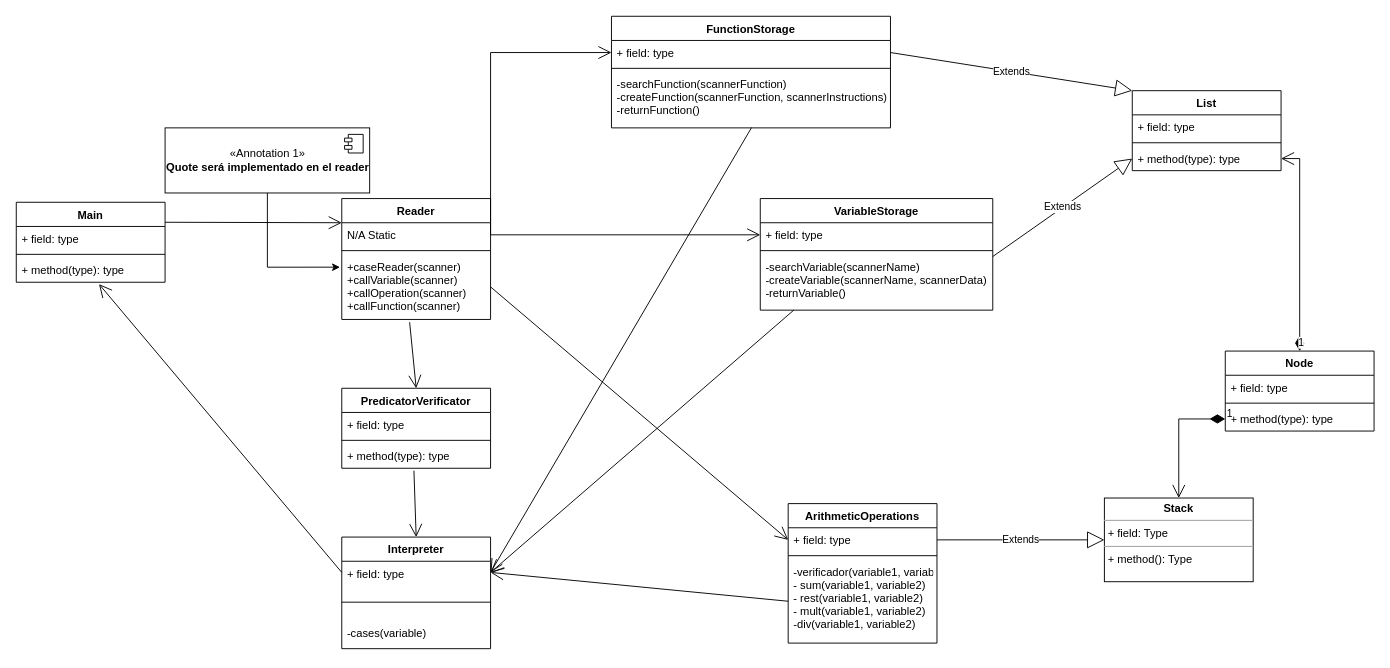
Earlier version of the draw.io diagram Untitled Diagram.drawio (DiggsPapu/Proyect1_Lisp_Interpreter). Source tidied: cells renumbered, new cells numbered last; positions are measured from the earlier drawing's top-left corner, leaving out a move shared by most shapes. Both pictures are drawn from the tidied source at 93%, with x=0, y=0 at pixel (16, 16).
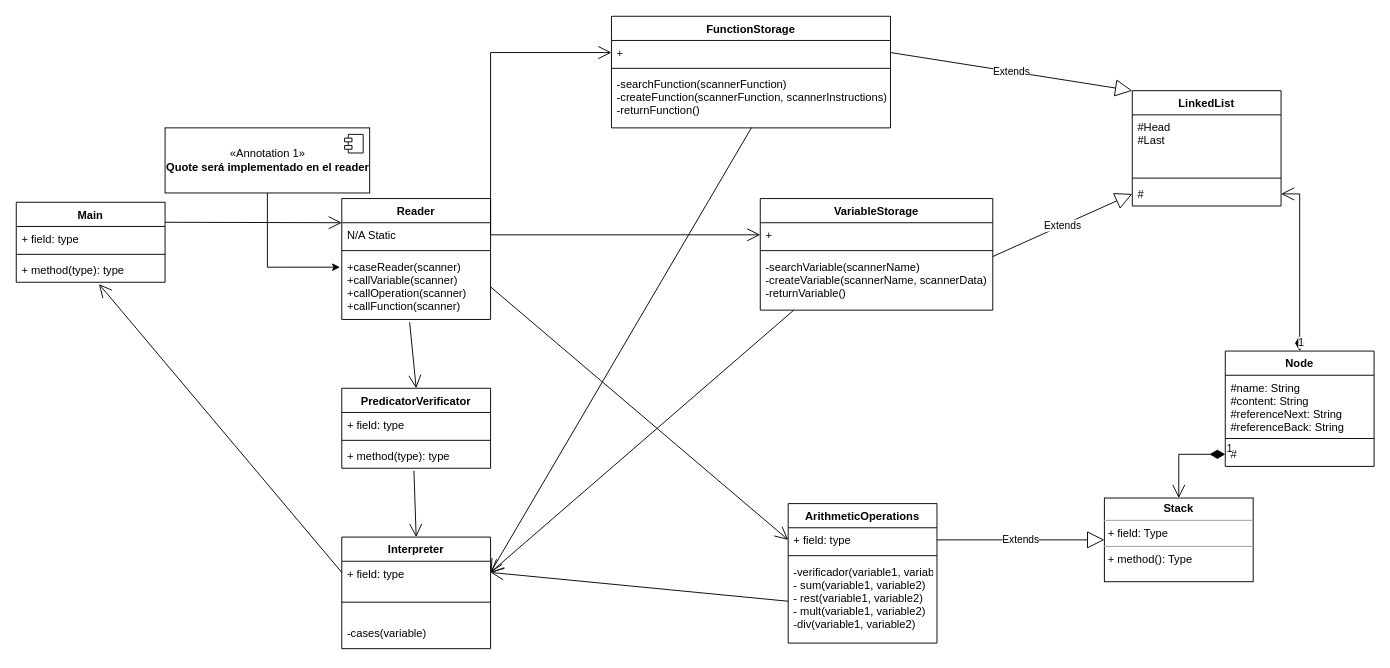
The same diagram, later.

The change refers to these unchanged cells:
```xml
<mxCell id="11" value="VariableStorage" style="swimlane;fontStyle=1;align=center;verticalAlign=top;horizontal=1;startSize=26;" parent="1" vertex="1">
  <mxGeometry x="800" y="196" width="250" height="120" as="geometry" />
</mxCell>
<mxCell id="53" value="FunctionStorage" style="swimlane;fontStyle=1;align=center;verticalAlign=top;horizontal=1;startSize=26;" parent="1" vertex="1">
  <mxGeometry x="640" width="300" height="120" as="geometry" />
</mxCell>
```

What changed in the source:
```diff
@@
-    <mxCell id="12" value="+ field: type" style="text;strokeColor=none;fillColor=none;align=left;verticalAlign=top;spacingLeft=4;spacingRight=4;overflow=hidden;points=[[0,0.5],[1,0.5]];portConstraint=eastwest;" parent="11" vertex="1">
+    <mxCell id="12" value="+" style="text;strokeColor=none;fillColor=none;align=left;verticalAlign=top;spacingLeft=4;spacingRight=4;overflow=hidden;points=[[0,0.5],[1,0.5]];portConstraint=eastwest;" parent="11" vertex="1">
       <mxGeometry y="26" width="250" height="26" as="geometry" />
     </mxCell>
@@
-    <mxCell id="27" value="List" style="swimlane;fontStyle=1;align=center;verticalAlign=top;horizontal=1;startSize=26;" parent="1" vertex="1">
-      <mxGeometry x="1200" y="80" width="160" height="86" as="geometry" />
+    <mxCell id="27" value="LinkedList" style="swimlane;fontStyle=1;align=center;verticalAlign=top;horizontal=1;startSize=26;" parent="1" vertex="1">
+      <mxGeometry x="1200" y="80" width="160" height="124" as="geometry" />
     </mxCell>
-    <mxCell id="28" value="+ field: type" style="text;strokeColor=none;fillColor=none;align=left;verticalAlign=top;spacingLeft=4;spacingRight=4;overflow=hidden;" parent="27" vertex="1">
-      <mxGeometry y="26" width="160" height="26" as="geometry" />
+    <mxCell id="28" value="#Head&#10;#Last&#10;" style="text;strokeColor=none;fillColor=none;align=left;verticalAlign=top;spacingLeft=4;spacingRight=4;overflow=hidden;" parent="27" vertex="1">
+      <mxGeometry y="26" width="160" height="64" as="geometry" />
     </mxCell>
     <mxCell id="29" style="line;strokeWidth=1;fillColor=none;align=left;verticalAlign=middle;spacingTop=-1;spacingLeft=3;spacingRight=3;labelPosition=right;" parent="27" vertex="1">
-      <mxGeometry y="52" width="160" height="8" as="geometry" />
+      <mxGeometry y="90" width="160" height="8" as="geometry" />
     </mxCell>
-    <mxCell id="30" value="+ method(type): type" style="text;strokeColor=none;fillColor=none;align=left;verticalAlign=top;spacingLeft=4;spacingRight=4;overflow=hidden;points=[[0,0.5],[1,0.5]];portConstraint=eastwest;" parent="27" vertex="1">
-      <mxGeometry y="60" width="160" height="26" as="geometry" />
+    <mxCell id="30" value="#" style="text;strokeColor=none;fillColor=none;align=left;verticalAlign=top;spacingLeft=4;spacingRight=4;overflow=hidden;points=[[0,0.5],[1,0.5]];portConstraint=eastwest;" parent="27" vertex="1">
+      <mxGeometry y="98" width="160" height="26" as="geometry" />
     </mxCell>
@@
     <mxCell id="36" value="Node" style="swimlane;fontStyle=1;align=center;verticalAlign=top;horizontal=1;startSize=26;" parent="1" vertex="1">
-      <mxGeometry x="1300" y="360" width="160" height="86" as="geometry" />
+      <mxGeometry x="1300" y="360" width="160" height="124" as="geometry" />
     </mxCell>
-    <mxCell id="37" value="+ field: type" style="text;strokeColor=none;fillColor=none;align=left;verticalAlign=top;spacingLeft=4;spacingRight=4;overflow=hidden;" parent="36" vertex="1">
-      <mxGeometry y="26" width="160" height="26" as="geometry" />
+    <mxCell id="37" value="#name: String&#10;#content: String&#10;#referenceNext: String&#10;#referenceBack: String" style="text;strokeColor=none;fillColor=none;align=left;verticalAlign=top;spacingLeft=4;spacingRight=4;overflow=hidden;" parent="36" vertex="1">
+      <mxGeometry y="26" width="160" height="64" as="geometry" />
     </mxCell>
     <mxCell id="38" style="line;strokeWidth=1;fillColor=none;align=left;verticalAlign=middle;spacingTop=-1;spacingLeft=3;spacingRight=3;labelPosition=right;" parent="36" vertex="1">
-      <mxGeometry y="52" width="160" height="8" as="geometry" />
+      <mxGeometry y="90" width="160" height="8" as="geometry" />
     </mxCell>
-    <mxCell id="39" value="+ method(type): type" style="text;strokeColor=none;fillColor=none;align=left;verticalAlign=top;spacingLeft=4;spacingRight=4;overflow=hidden;points=[[0,0.5],[1,0.5]];portConstraint=eastwest;" parent="36" vertex="1">
-      <mxGeometry y="60" width="160" height="26" as="geometry" />
+    <mxCell id="39" value="#" style="text;strokeColor=none;fillColor=none;align=left;verticalAlign=top;spacingLeft=4;spacingRight=4;overflow=hidden;points=[[0,0.5],[1,0.5]];portConstraint=eastwest;" parent="36" vertex="1">
+      <mxGeometry y="98" width="160" height="26" as="geometry" />
     </mxCell>
@@
-    <mxCell id="54" value="+ field: type" style="text;strokeColor=none;fillColor=none;align=left;verticalAlign=top;spacingLeft=4;spacingRight=4;overflow=hidden;points=[[0,0.5],[1,0.5]];portConstraint=eastwest;" parent="53" vertex="1">
+    <mxCell id="54" value="+" style="text;strokeColor=none;fillColor=none;align=left;verticalAlign=top;spacingLeft=4;spacingRight=4;overflow=hidden;points=[[0,0.5],[1,0.5]];portConstraint=eastwest;" parent="53" vertex="1">
       <mxGeometry y="26" width="300" height="26" as="geometry" />
     </mxCell>
```
